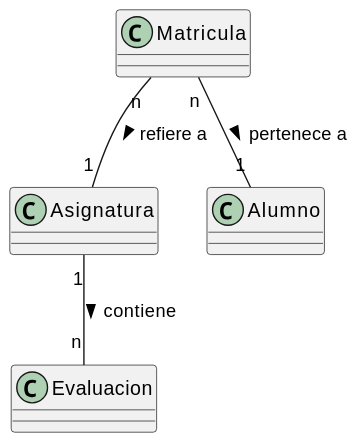
This is images/modelosUML/DdC.svg from mmasias/hashSample, a PlantUML export, as it was before one commit.
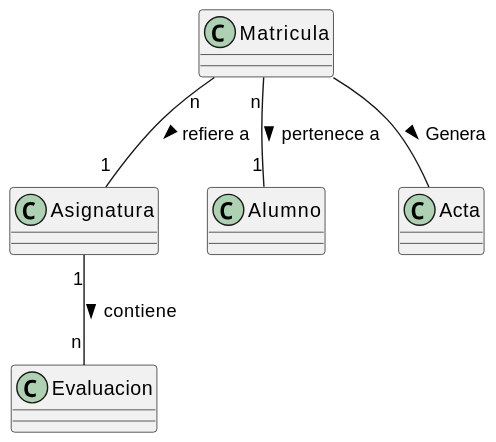
The same file after the commit.

Commit message:
Enters Acta

Diff of the diagram source:
```diff
@@ -2,4 +2,6 @@
 Asignatura "1" -- "n" Evaluacion : contiene >
 Matricula "n" -- "1" Alumno : pertenece a >
 Matricula "n" -- "1" Asignatura : refiere a >
+
+Matricula -- Acta : Genera >
 @enduml
```
